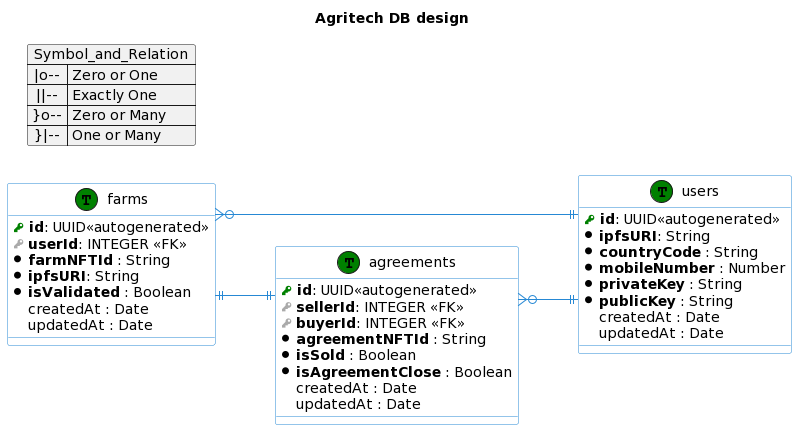
This is docs/database_design/V1/DB_design.png from swatijindal12/Agritech, a PlantUML export, as it was before one commit.
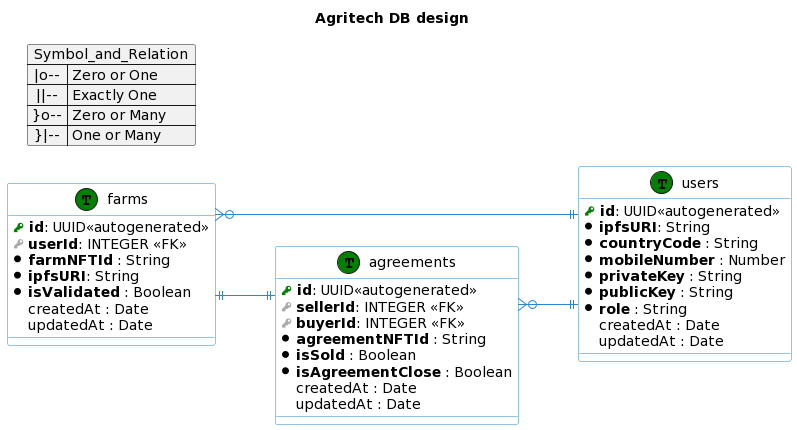
After the change.

Commit message:
role field added

Diff of the diagram source:
```diff
@@ -1,5 +1,8 @@
 @startuml
 title Agritech DB design
+
+
+left to right direction
 skinparam roundcorner 5
 skinparam linetype ortho
 skinparam shadowing false
@@ -25,6 +28,7 @@
   mandatorycolumn( mobileNumber ) : Number
   mandatorycolumn( privateKey ) : String
   mandatorycolumn( publicKey ) : String
+  mandatorycolumn( role ) : String
   optionalcolumn( createdAt ) : Date
   optionalcolumn( updatedAt ) : Date
 }
@@ -57,7 +61,6 @@
  }|-- => One or Many
 }
 
-left to right direction
 
 farms }o--|| users
 farms ||--|| agreements
```
